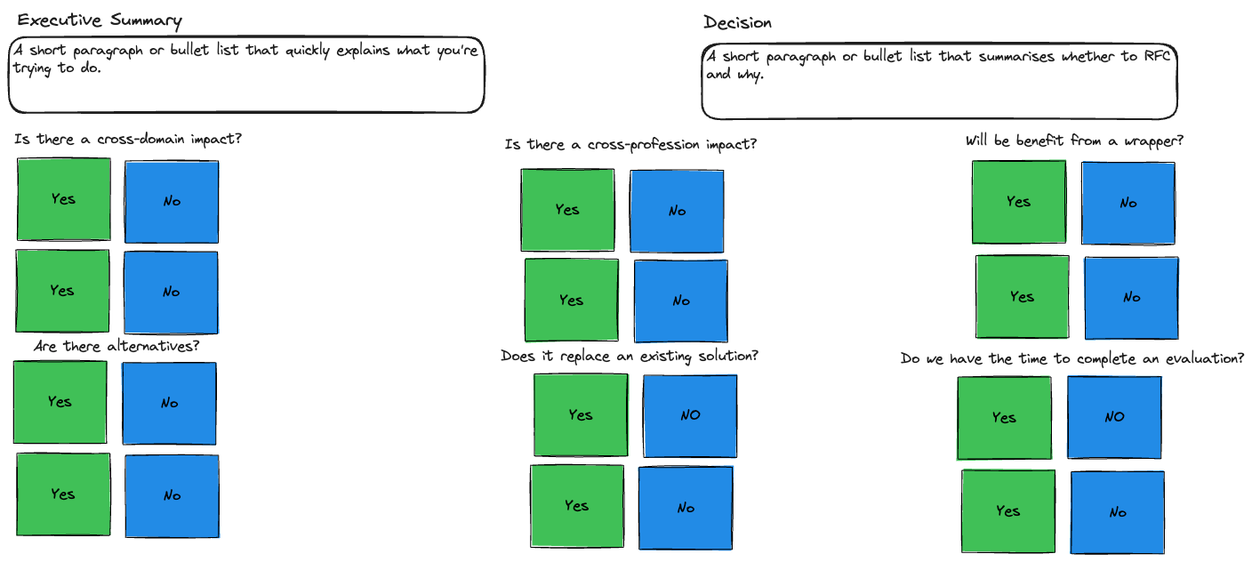
Earlier version of the Excalidraw export investigations/evaluation_methodology/images/pre_rfc.excalidraw.png (moj-analytical-services/dmet-cfe). Source tidied: one line per element, renumbered; positions are measured from the earlier drawing's top-left corner, leaving out a move shared by most shapes.
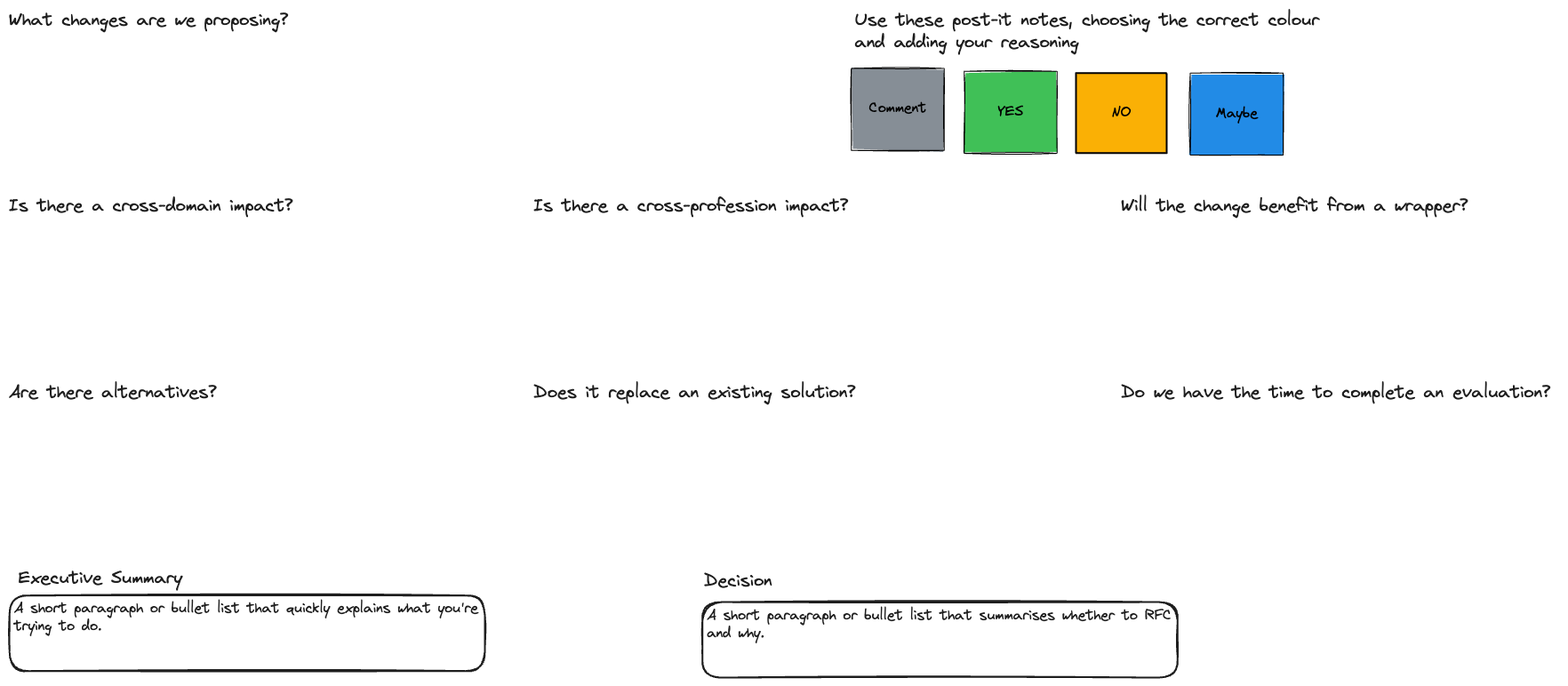
After the commit.

Commit message:
update evaluation framework

What changed in the source:
```diff
@@ -1,60 +1,22 @@
-{"id": 0, "type": "text", "text": "Is there a cross-domain impact?", "strokeColor": "#1e1e1e", "strokeWidth": 2, "roughness": 1, "fontSize": 16, "fontFamily": 1, "x": 6, "y": 137, "width": 256, "height": 20}
+{"id": 0, "type": "text", "text": "Is there a cross-domain impact?", "strokeColor": "#1e1e1e", "strokeWidth": 2, "roughness": 1, "fontSize": 20, "fontFamily": 1, "x": 6, "y": 124, "width": 319, "height": 25}
-{"id": 1, "type": "rectangle", "strokeColor": "#000", "backgroundColor": "#40c057", "fillStyle": "solid", "strokeWidth": 1, "roughness": 1, "x": 10, "y": 168, "width": 105, "height": 92}
+{"id": 1, "type": "rectangle", "strokeColor": "#000", "backgroundColor": "#40c057", "fillStyle": "solid", "strokeWidth": 1, "roughness": 1, "x": 1080, "y": -15, "width": 105, "height": 92}
-{"id": 2, "type": "text", "text": "Yes", "strokeColor": "#000", "backgroundColor": "#fab005", "fillStyle": "solid", "strokeWidth": 2, "roughness": 0, "fontSize": 16.45, "fontFamily": 1, "textAlign": "center", "verticalAlign": "middle", "inside": 1, "x": 49, "y": 203, "width": 26, "height": 22}
+{"id": 2, "type": "text", "text": "YES", "strokeColor": "#000", "backgroundColor": "#fab005", "fillStyle": "solid", "strokeWidth": 2, "roughness": 0, "fontSize": 16, "fontFamily": 1, "textAlign": "center", "verticalAlign": "middle", "inside": 1, "x": 1118, "y": 20, "width": 29, "height": 21}
-{"id": 3, "type": "rectangle", "strokeColor": "#000", "backgroundColor": "#228be6", "fillStyle": "solid", "strokeWidth": 1, "roughness": 1, "x": 131, "y": 171, "width": 105, "height": 92}
+{"id": 3, "type": "rectangle", "strokeColor": "#000", "backgroundColor": "#228be6", "fillStyle": "solid", "strokeWidth": 1, "roughness": 1, "x": 1335, "y": -13, "width": 105, "height": 92}
-{"id": 4, "type": "text", "text": "No", "strokeColor": "#000", "backgroundColor": "#fab005", "fillStyle": "solid", "strokeWidth": 2, "roughness": 0, "fontSize": 16.45, "fontFamily": 1, "textAlign": "center", "verticalAlign": "middle", "inside": 3, "x": 173, "y": 206, "width": 20, "height": 22}
+{"id": 4, "type": "text", "text": "Maybe", "strokeColor": "#000", "backgroundColor": "#fab005", "fillStyle": "solid", "strokeWidth": 2, "roughness": 0, "fontSize": 16, "fontFamily": 1, "textAlign": "center", "verticalAlign": "middle", "inside": 3, "x": 1363, "y": 22, "width": 47, "height": 21}
-{"id": 5, "type": "rectangle", "strokeColor": "#000", "backgroundColor": "#228be6", "fillStyle": "solid", "strokeWidth": 1, "roughness": 1, "x": 699, "y": 181, "width": 105, "height": 92}
-{"id": 6, "type": "text", "text": "No", "strokeColor": "#000", "backgroundColor": "#fab005", "fillStyle": "solid", "strokeWidth": 2, "roughness": 0, "fontSize": 16.45, "fontFamily": 1, "textAlign": "center", "verticalAlign": "middle", "inside": 5, "x": 742, "y": 217, "width": 20, "height": 22}
-{"id": 7, "type": "rectangle", "strokeColor": "#000", "backgroundColor": "#40c057", "fillStyle": "solid", "strokeWidth": 1, "roughness": 1, "x": 576, "y": 180, "width": 105, "height": 92}
-{"id": 8, "type": "text", "text": "Yes", "strokeColor": "#000", "backgroundColor": "#fab005", "fillStyle": "solid", "strokeWidth": 2, "roughness": 0, "fontSize": 16.45, "fontFamily": 1, "textAlign": "center", "verticalAlign": "middle", "inside": 7, "x": 615, "y": 215, "width": 26, "height": 22}
-{"id": 9, "type": "text", "text": "Is there a cross-profession impact?", "strokeColor": "#1e1e1e", "strokeWidth": 2, "roughness": 1, "fontSize": 16, "fontFamily": 1, "x": 558, "y": 143, "width": 283, "height": 20}
+{"id": 9, "type": "text", "text": "Is there a cross-profession impact?", "strokeColor": "#1e1e1e", "strokeWidth": 2, "roughness": 1, "fontSize": 20, "fontFamily": 1, "x": 596, "y": 124, "width": 354, "height": 25}
-{"id": 10, "type": "text", "text": "Are there alternatives?", "strokeColor": "#1e1e1e", "strokeWidth": 2, "roughness": 1, "fontSize": 16, "fontFamily": 1, "x": 27, "y": 370, "width": 187, "height": 20}
+{"id": 10, "type": "text", "text": "Are there alternatives?", "strokeColor": "#1e1e1e", "strokeWidth": 2, "roughness": 1, "fontSize": 20, "fontFamily": 1, "x": 6, "y": 333, "width": 234, "height": 25}
-{"id": 11, "type": "rectangle", "strokeColor": "#000", "backgroundColor": "#40c057", "fillStyle": "solid", "strokeWidth": 1, "roughness": 1, "x": 5, "y": 396, "width": 105, "height": 92}
-{"id": 12, "type": "text", "text": "Yes", "strokeColor": "#000", "backgroundColor": "#fab005", "fillStyle": "solid", "strokeWidth": 2, "roughness": 0, "fontSize": 16.45, "fontFamily": 1, "textAlign": "center", "verticalAlign": "middle", "inside": 11, "x": 44, "y": 431, "width": 26, "height": 22}
-{"id": 13, "type": "rectangle", "strokeColor": "#000", "backgroundColor": "#228be6", "fillStyle": "solid", "strokeWidth": 1, "roughness": 1, "x": 128, "y": 398, "width": 105, "height": 92}
-{"id": 14, "type": "text", "text": "No", "strokeColor": "#000", "backgroundColor": "#fab005", "fillStyle": "solid", "strokeWidth": 2, "roughness": 0, "fontSize": 16.45, "fontFamily": 1, "textAlign": "center", "verticalAlign": "middle", "inside": 13, "x": 171, "y": 433, "width": 20, "height": 22}
-{"id": 15, "type": "rectangle", "strokeColor": "#000", "backgroundColor": "#228be6", "fillStyle": "solid", "strokeWidth": 1, "roughness": 1, "x": 714, "y": 412, "width": 105, "height": 92}
-{"id": 16, "type": "text", "text": "NO", "strokeColor": "#000", "backgroundColor": "#fab005", "fillStyle": "solid", "strokeWidth": 2, "roughness": 0, "fontSize": 16.45, "fontFamily": 1, "textAlign": "center", "verticalAlign": "middle", "inside": 15, "x": 755, "y": 447, "width": 23, "height": 22}
-{"id": 17, "type": "rectangle", "strokeColor": "#000", "backgroundColor": "#40c057", "fillStyle": "solid", "strokeWidth": 1, "roughness": 1, "x": 591, "y": 411, "width": 105, "height": 92}
-{"id": 18, "type": "text", "text": "Yes", "strokeColor": "#000", "backgroundColor": "#fab005", "fillStyle": "solid", "strokeWidth": 2, "roughness": 0, "fontSize": 16.45, "fontFamily": 1, "textAlign": "center", "verticalAlign": "middle", "inside": 17, "x": 630, "y": 446, "width": 26, "height": 22}
-{"id": 19, "type": "text", "text": "Does it replace an existing solution?", "strokeColor": "#1e1e1e", "strokeWidth": 2, "roughness": 1, "fontSize": 16, "fontFamily": 1, "x": 553, "y": 381, "width": 290, "height": 20}
+{"id": 19, "type": "text", "text": "Does it replace an existing solution?", "strokeColor": "#1e1e1e", "strokeWidth": 2, "roughness": 1, "fontSize": 20, "fontFamily": 1, "x": 596, "y": 333, "width": 362, "height": 25}
-{"id": 20, "type": "text", "text": "Will be benefit from a wrapper?", "strokeColor": "#1e1e1e", "strokeWidth": 2, "roughness": 1, "fontSize": 16, "fontFamily": 1, "x": 1077, "y": 139, "width": 245, "height": 20}
+{"id": 20, "type": "text", "text": "Will the change benefit from a wrapper?", "strokeColor": "#1e1e1e", "strokeWidth": 2, "roughness": 1, "fontSize": 20, "fontFamily": 1, "x": 1257, "y": 124, "width": 390, "height": 25}
-{"id": 21, "type": "rectangle", "strokeColor": "#000", "backgroundColor": "#40c057", "fillStyle": "solid", "strokeWidth": 1, "roughness": 1, "x": 1084, "y": 171, "width": 105, "height": 92}
-{"id": 22, "type": "text", "text": "Yes", "strokeColor": "#000", "backgroundColor": "#fab005", "fillStyle": "solid", "strokeWidth": 2, "roughness": 0, "fontSize": 16.45, "fontFamily": 1, "textAlign": "center", "verticalAlign": "middle", "inside": 21, "x": 1123, "y": 206, "width": 26, "height": 22}
-{"id": 23, "type": "rectangle", "strokeColor": "#000", "backgroundColor": "#228be6", "fillStyle": "solid", "strokeWidth": 1, "roughness": 1, "x": 1207, "y": 173, "width": 105, "height": 92}
-{"id": 24, "type": "text", "text": "No", "strokeColor": "#000", "backgroundColor": "#fab005", "fillStyle": "solid", "strokeWidth": 2, "roughness": 0, "fontSize": 16.45, "fontFamily": 1, "textAlign": "center", "verticalAlign": "middle", "inside": 23, "x": 1249, "y": 208, "width": 20, "height": 22}
-{"id": 25, "type": "rectangle", "strokeColor": "#000", "backgroundColor": "#228be6", "fillStyle": "solid", "strokeWidth": 1, "roughness": 1, "x": 1191, "y": 414, "width": 105, "height": 92}
-{"id": 26, "type": "text", "text": "NO", "strokeColor": "#000", "backgroundColor": "#fab005", "fillStyle": "solid", "strokeWidth": 2, "roughness": 0, "fontSize": 16.45, "fontFamily": 1, "textAlign": "center", "verticalAlign": "middle", "inside": 25, "x": 1232, "y": 449, "width": 23, "height": 22}
-{"id": 27, "type": "rectangle", "strokeColor": "#000", "backgroundColor": "#40c057", "fillStyle": "solid", "strokeWidth": 1, "roughness": 1, "x": 1067, "y": 414, "width": 105, "height": 92}
-{"id": 28, "type": "text", "text": "Yes", "strokeColor": "#000", "backgroundColor": "#fab005", "fillStyle": "solid", "strokeWidth": 2, "roughness": 0, "fontSize": 16.45, "fontFamily": 1, "textAlign": "center", "verticalAlign": "middle", "inside": 27, "x": 1106, "y": 449, "width": 26, "height": 22}
-{"id": 29, "type": "text", "text": "Do we have the time to complete an evaluation? ", "strokeColor": "#1e1e1e", "strokeWidth": 2, "roughness": 1, "fontSize": 16, "fontFamily": 1, "x": 1003, "y": 384, "width": 394, "height": 20}
+{"id": 29, "type": "text", "text": "Do we have the time to complete an evaluation? ", "strokeColor": "#1e1e1e", "strokeWidth": 2, "roughness": 1, "fontSize": 20, "fontFamily": 1, "x": 1257, "y": 333, "width": 493, "height": 25}
-{"id": 30, "type": "rectangle", "strokeColor": "#000", "backgroundColor": "#40c057", "fillStyle": "solid", "strokeWidth": 1, "roughness": 1, "x": 1088, "y": 278, "width": 105, "height": 92}
-{"id": 31, "type": "text", "text": "Yes", "strokeColor": "#000", "backgroundColor": "#fab005", "fillStyle": "solid", "strokeWidth": 2, "roughness": 0, "fontSize": 16.45, "fontFamily": 1, "textAlign": "center", "verticalAlign": "middle", "inside": 30, "x": 1127, "y": 313, "width": 26, "height": 22}
-{"id": 32, "type": "rectangle", "strokeColor": "#000", "backgroundColor": "#228be6", "fillStyle": "solid", "strokeWidth": 1, "roughness": 1, "x": 1210, "y": 279, "width": 105, "height": 92}
-{"id": 33, "type": "text", "text": "No", "strokeColor": "#000", "backgroundColor": "#fab005", "fillStyle": "solid", "strokeWidth": 2, "roughness": 0, "fontSize": 16.45, "fontFamily": 1, "textAlign": "center", "verticalAlign": "middle", "inside": 32, "x": 1253, "y": 314, "width": 20, "height": 22}
-{"id": 34, "type": "rectangle", "strokeColor": "#000", "backgroundColor": "#40c057", "fillStyle": "solid", "strokeWidth": 1, "roughness": 1, "x": 1072, "y": 519, "width": 105, "height": 92}
-{"id": 35, "type": "text", "text": "Yes", "strokeColor": "#000", "backgroundColor": "#fab005", "fillStyle": "solid", "strokeWidth": 2, "roughness": 0, "fontSize": 16.45, "fontFamily": 1, "textAlign": "center", "verticalAlign": "middle", "inside": 34, "x": 1111, "y": 554, "width": 26, "height": 22}
-{"id": 36, "type": "rectangle", "strokeColor": "#000", "backgroundColor": "#228be6", "fillStyle": "solid", "strokeWidth": 1, "roughness": 1, "x": 1195, "y": 520, "width": 105, "height": 92}
-{"id": 37, "type": "text", "text": "No", "strokeColor": "#000", "backgroundColor": "#fab005", "fillStyle": "solid", "strokeWidth": 2, "roughness": 0, "fontSize": 16.45, "fontFamily": 1, "textAlign": "center", "verticalAlign": "middle", "inside": 36, "x": 1237, "y": 556, "width": 20, "height": 22}
-{"id": 38, "type": "rectangle", "strokeColor": "#000", "backgroundColor": "#228be6", "fillStyle": "solid", "strokeWidth": 1, "roughness": 1, "x": 704, "y": 283, "width": 105, "height": 92}
-{"id": 39, "type": "text", "text": "No", "strokeColor": "#000", "backgroundColor": "#fab005", "fillStyle": "solid", "strokeWidth": 2, "roughness": 0, "fontSize": 16.45, "fontFamily": 1, "textAlign": "center", "verticalAlign": "middle", "inside": 38, "x": 746, "y": 318, "width": 20, "height": 22}
-{"id": 40, "type": "rectangle", "strokeColor": "#000", "backgroundColor": "#40c057", "fillStyle": "solid", "strokeWidth": 1, "roughness": 1, "x": 581, "y": 281, "width": 105, "height": 92}
-{"id": 41, "type": "text", "text": "Yes", "strokeColor": "#000", "backgroundColor": "#fab005", "fillStyle": "solid", "strokeWidth": 2, "roughness": 0, "fontSize": 16.45, "fontFamily": 1, "textAlign": "center", "verticalAlign": "middle", "inside": 40, "x": 620, "y": 317, "width": 26, "height": 22}
-{"id": 42, "type": "rectangle", "strokeColor": "#000", "backgroundColor": "#40c057", "fillStyle": "solid", "strokeWidth": 1, "roughness": 1, "x": 8, "y": 271, "width": 105, "height": 92}
-{"id": 43, "type": "text", "text": "Yes", "strokeColor": "#000", "backgroundColor": "#fab005", "fillStyle": "solid", "strokeWidth": 2, "roughness": 0, "fontSize": 16.45, "fontFamily": 1, "textAlign": "center", "verticalAlign": "middle", "inside": 42, "x": 47, "y": 306, "width": 26, "height": 22}
-{"id": 44, "type": "rectangle", "strokeColor": "#000", "backgroundColor": "#228be6", "fillStyle": "solid", "strokeWidth": 1, "roughness": 1, "x": 130, "y": 273, "width": 105, "height": 92}
-{"id": 45, "type": "text", "text": "No", "strokeColor": "#000", "backgroundColor": "#fab005", "fillStyle": "solid", "strokeWidth": 2, "roughness": 0, "fontSize": 16.45, "fontFamily": 1, "textAlign": "center", "verticalAlign": "middle", "inside": 44, "x": 172, "y": 308, "width": 20, "height": 22}
-{"id": 46, "type": "rectangle", "strokeColor": "#000", "backgroundColor": "#40c057", "fillStyle": "solid", "strokeWidth": 1, "roughness": 1, "x": 9, "y": 500, "width": 105, "height": 92}
-{"id": 47, "type": "text", "text": "Yes", "strokeColor": "#000", "backgroundColor": "#fab005", "fillStyle": "solid", "strokeWidth": 2, "roughness": 0, "fontSize": 16.45, "fontFamily": 1, "textAlign": "center", "verticalAlign": "middle", "inside": 46, "x": 48, "y": 535, "width": 26, "height": 22}
-{"id": 48, "type": "rectangle", "strokeColor": "#000", "backgroundColor": "#228be6", "fillStyle": "solid", "strokeWidth": 1, "roughness": 1, "x": 131, "y": 502, "width": 105, "height": 92}
-{"id": 49, "type": "text", "text": "No", "strokeColor": "#000", "backgroundColor": "#fab005", "fillStyle": "solid", "strokeWidth": 2, "roughness": 0, "fontSize": 16.45, "fontFamily": 1, "textAlign": "center", "verticalAlign": "middle", "inside": 48, "x": 174, "y": 537, "width": 20, "height": 22}
-{"id": 50, "type": "rectangle", "strokeColor": "#000", "backgroundColor": "#40c057", "fillStyle": "solid", "strokeWidth": 1, "roughness": 1, "x": 587, "y": 513, "width": 105, "height": 92}
-{"id": 51, "type": "text", "text": "Yes", "strokeColor": "#000", "backgroundColor": "#fab005", "fillStyle": "solid", "strokeWidth": 2, "roughness": 0, "fontSize": 16.45, "fontFamily": 1, "textAlign": "center", "verticalAlign": "middle", "inside": 50, "x": 626, "y": 548, "width": 26, "height": 22}
-{"id": 52, "type": "rectangle", "strokeColor": "#000", "backgroundColor": "#228be6", "fillStyle": "solid", "strokeWidth": 1, "roughness": 1, "x": 709, "y": 515, "width": 105, "height": 92}
-{"id": 53, "type": "text", "text": "No", "strokeColor": "#000", "backgroundColor": "#fab005", "fillStyle": "solid", "strokeWidth": 2, "roughness": 0, "fontSize": 16.45, "fontFamily": 1, "textAlign": "center", "verticalAlign": "middle", "inside": 52, "x": 751, "y": 551, "width": 20, "height": 22}
-{"id": 54, "type": "rectangle", "strokeColor": "#1e1e1e", "strokeWidth": 2, "roughness": 1, "round": true, "x": 0, "y": 32, "width": 535, "height": 85}
+{"id": 54, "type": "rectangle", "strokeColor": "#1e1e1e", "strokeWidth": 2, "roughness": 1, "round": true, "x": 6, "y": 575, "width": 535, "height": 85}
-{"id": 55, "type": "text", "text": "A short paragraph or bullet list that quickly explains what you're\ntrying to do.", "strokeColor": "#1e1e1e", "strokeWidth": 2, "roughness": 1, "fontSize": 16, "fontFamily": 1, "inside": 54, "x": 5, "y": 37, "width": 522, "height": 40}
+{"id": 55, "type": "text", "text": "A short paragraph or bullet list that quickly explains what you're\ntrying to do.", "strokeColor": "#1e1e1e", "strokeWidth": 2, "roughness": 1, "fontSize": 16, "fontFamily": 1, "inside": 54, "x": 12, "y": 580, "width": 522, "height": 40}
-{"id": 56, "type": "text", "text": "Executive Summary", "strokeColor": "#1e1e1e", "backgroundColor": "#ffec99", "fillStyle": "solid", "strokeWidth": 2, "roughness": 1, "fontSize": 20, "fontFamily": 1, "x": 10, "y": 0, "width": 184, "height": 25}
+{"id": 56, "type": "text", "text": "Executive Summary", "strokeColor": "#1e1e1e", "backgroundColor": "#ffec99", "fillStyle": "solid", "strokeWidth": 2, "roughness": 1, "fontSize": 20, "fontFamily": 1, "x": 17, "y": 543, "width": 184, "height": 25}
-{"id": 57, "type": "text", "text": "Decision", "strokeColor": "#1e1e1e", "backgroundColor": "#ffec99", "fillStyle": "solid", "strokeWidth": 2, "roughness": 1, "fontSize": 20, "fontFamily": 1, "x": 781, "y": 3, "width": 77, "height": 25}
+{"id": 57, "type": "text", "text": "Decision", "strokeColor": "#1e1e1e", "backgroundColor": "#ffec99", "fillStyle": "solid", "strokeWidth": 2, "roughness": 1, "fontSize": 20, "fontFamily": 1, "x": 788, "y": 545, "width": 77, "height": 25}
-{"id": 58, "type": "rectangle", "strokeColor": "#1e1e1e", "strokeWidth": 2, "roughness": 1, "round": true, "x": 779, "y": 39, "width": 535, "height": 85}
+{"id": 58, "type": "rectangle", "strokeColor": "#1e1e1e", "strokeWidth": 2, "roughness": 1, "round": true, "x": 786, "y": 582, "width": 535, "height": 85}
-{"id": 59, "type": "text", "text": "A short paragraph or bullet list that summarises whether to RFC\nand why.", "strokeColor": "#1e1e1e", "strokeWidth": 2, "roughness": 1, "fontSize": 16, "fontFamily": 1, "inside": 58, "x": 784, "y": 44, "width": 523, "height": 40}
+{"id": 59, "type": "text", "text": "A short paragraph or bullet list that summarises whether to RFC\nand why.", "strokeColor": "#1e1e1e", "strokeWidth": 2, "roughness": 1, "fontSize": 16, "fontFamily": 1, "inside": 58, "x": 791, "y": 587, "width": 523, "height": 40}
+{"id": 60, "type": "text", "text": "What changes are we proposing?", "strokeColor": "#1e1e1e", "strokeWidth": 2, "roughness": 1, "fontSize": 20, "fontFamily": 1, "x": 6, "y": -86, "width": 314, "height": 25}
+{"id": 61, "type": "rectangle", "strokeColor": "#000000", "backgroundColor": "#fab005", "fillStyle": "solid", "strokeWidth": 2, "roughness": 0, "x": 1206, "y": -13, "width": 102, "height": 90}
+{"id": 62, "type": "text", "text": "NO", "strokeColor": "#000000", "backgroundColor": "#fab005", "fillStyle": "solid", "strokeWidth": 2, "roughness": 0, "fontSize": 16, "fontFamily": 1, "textAlign": "center", "verticalAlign": "middle", "inside": 61, "x": 1246, "y": 21, "width": 22, "height": 21}
+{"id": 63, "type": "rectangle", "strokeColor": "#000", "backgroundColor": "#868e96", "fillStyle": "solid", "strokeWidth": 1, "roughness": 1, "x": 953, "y": -19, "width": 105, "height": 92}
+{"id": 64, "type": "text", "text": "Comment", "strokeColor": "#000", "backgroundColor": "#fab005", "fillStyle": "solid", "strokeWidth": 2, "roughness": 0, "fontSize": 16, "fontFamily": 1, "textAlign": "center", "verticalAlign": "middle", "inside": 63, "x": 973, "y": 17, "width": 65, "height": 21}
+{"id": 65, "type": "text", "text": "Use these post-it notes, choosing the correct colour\nand adding your reasoning", "strokeColor": "#1e1e1e", "strokeWidth": 2, "roughness": 1, "fontSize": 20, "fontFamily": 1, "x": 957, "y": -86, "width": 522, "height": 50}
```
